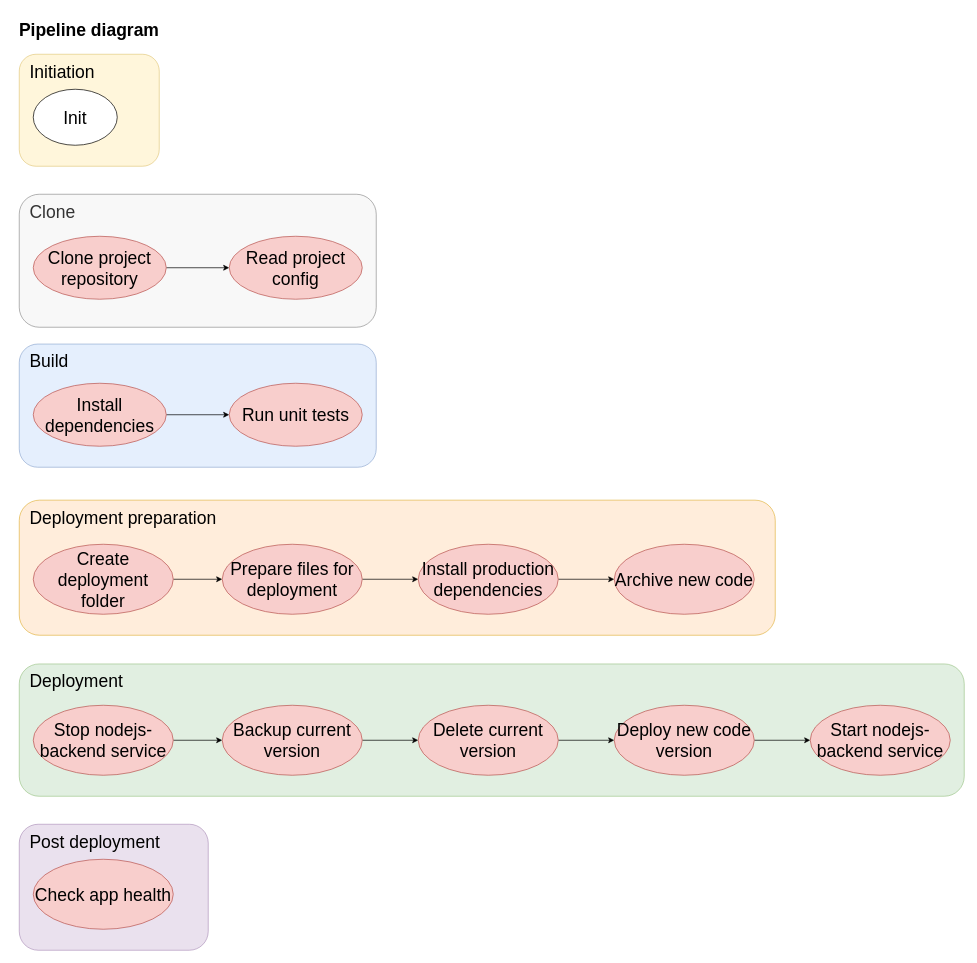
Before: diagrams/pipeline-diagram.drawio in DomnMihai/jenkins-pipeline-tutorial__configuration, a draw.io diagram. Source tidied: cells renumbered, new cells numbered last; positions are measured from the earlier drawing's top-left corner, leaving out a move shared by most shapes. Both pictures are drawn from the tidied source at 70%, with x=0, y=0 at pixel (12, 12).
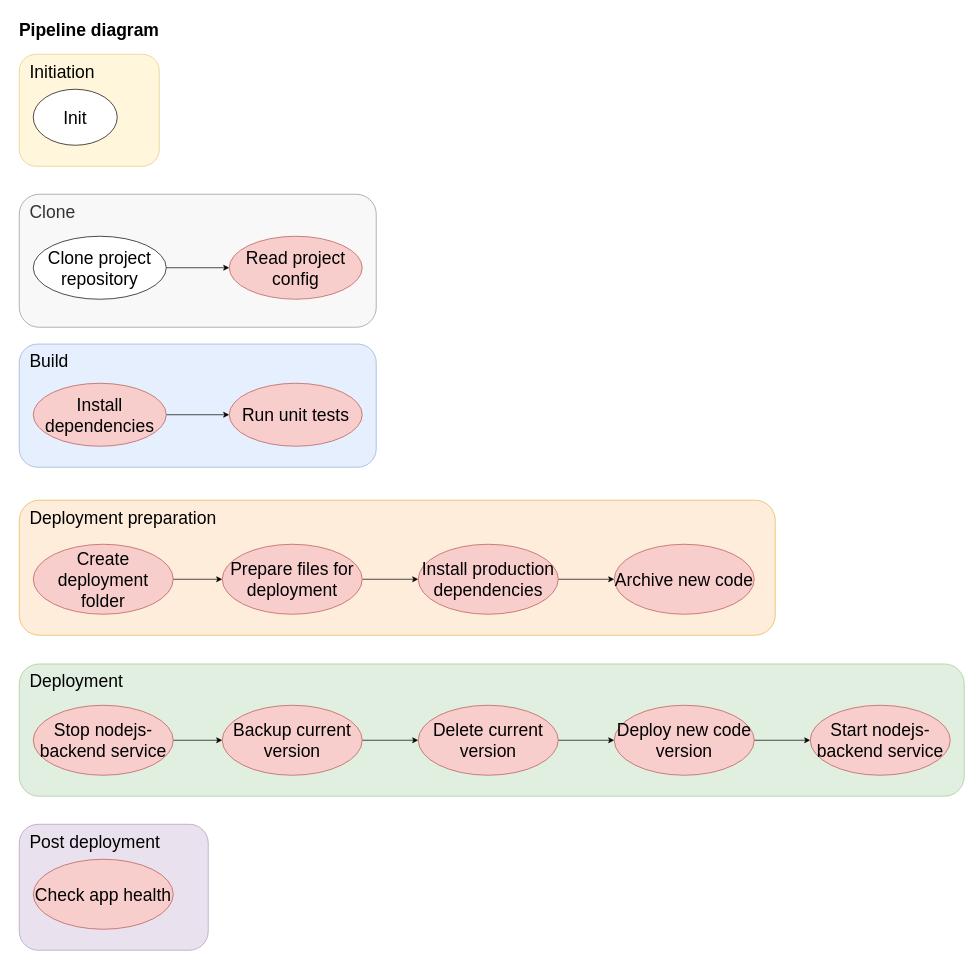
The same page after the edit.

Commit message:
Updated diagram Clone project repository

The edit, as a diff of the source:
```diff
@@
-    <mxCell id="11" value="Clone project repository" style="ellipse;whiteSpace=wrap;html=1;fontSize=25;fillColor=#f8cecc;strokeColor=#b85450;" parent="1" vertex="1">
+    <mxCell id="11" value="Clone project repository" style="ellipse;whiteSpace=wrap;html=1;fontSize=25;" parent="1" vertex="1">
       <mxGeometry x="30" y="320" width="190" height="90" as="geometry" />
     </mxCell>
```
